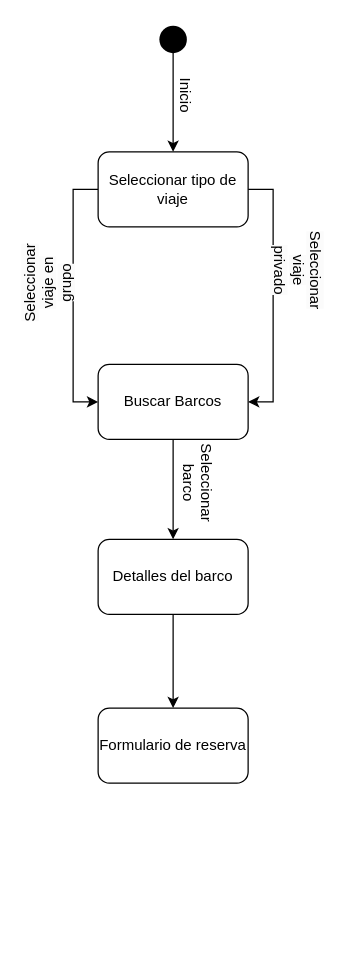
Earlier version of the draw.io diagram Diagramas/Estat_XaJo.drawio (joam6/Sailing_XaJo). Source tidied: cells renumbered, new cells numbered last; positions are measured from the earlier drawing's top-left corner, leaving out a move shared by most shapes. Both pictures are drawn from the tidied source at 125%, with x=0, y=0 at pixel (10, 26).
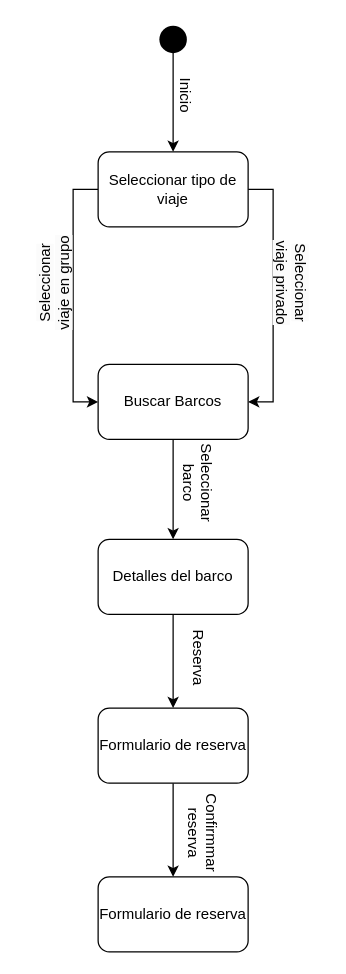
After the change.

Diff of the diagram source:
```diff
@@
 <mxGraphModel>
   <root>
     <mxCell id="0" />
     <mxCell id="1" parent="0" />
     <mxCell id="2" style="edgeStyle=orthogonalEdgeStyle;rounded=0;jettySize=auto;html=1;entryX=0.5;entryY=0;entryDx=0;entryDy=0;" parent="1" edge="1" source="3" target="9">
       <mxGeometry relative="1" as="geometry" />
     </mxCell>
     <mxCell id="3" style="shape=waypoint;sketch=0;fillStyle=solid;size=6;points=[];fillColor=none;perimeter=centerPerimeter;snapToPoint=1;strokeWidth=9;" parent="1" vertex="1">
       <mxGeometry x="120" width="20" height="20" as="geometry" />
     </mxCell>
     <mxCell id="4" value="Detalles del barco" style="rounded=1;whiteSpace=wrap;html=1;" parent="1" vertex="1">
       <mxGeometry x="70" y="410" width="120" height="60" as="geometry" />
     </mxCell>
+    <mxCell id="16" style="edgeStyle=orthogonalEdgeStyle;rounded=0;jettySize=auto;html=1;exitX=0.5;exitY=1;exitDx=0;exitDy=0;entryX=0.5;entryY=0;entryDx=0;entryDy=0;" parent="1" edge="1" source="5" target="18">
+      <mxGeometry relative="1" as="geometry" />
+    </mxCell>
     <mxCell id="5" value="Formulario de reserva" style="rounded=1;whiteSpace=wrap;html=1;" parent="1" vertex="1">
       <mxGeometry x="70" y="545" width="120" height="60" as="geometry" />
     </mxCell>
     <mxCell id="6" style="endArrow=classic;html=1;rounded=0;entryX=0.5;entryY=0;entryDx=0;entryDy=0;exitX=0.5;exitY=1;exitDx=0;exitDy=0;" parent="1" edge="1" source="4" target="5">
       <mxGeometry relative="1" as="geometry" />
     </mxCell>
     <mxCell id="7" style="edgeStyle=orthogonalEdgeStyle;rounded=0;jettySize=auto;html=1;exitX=0;exitY=0.5;exitDx=0;exitDy=0;entryX=0;entryY=0.5;entryDx=0;entryDy=0;" parent="1" edge="1" source="9" target="11">
       <mxGeometry relative="1" as="geometry" />
     </mxCell>
     <mxCell id="8" style="edgeStyle=orthogonalEdgeStyle;rounded=0;jettySize=auto;html=1;exitX=1;exitY=0.5;exitDx=0;exitDy=0;entryX=1;entryY=0.5;entryDx=0;entryDy=0;" parent="1" edge="1" source="9" target="11">
       <mxGeometry relative="1" as="geometry" />
     </mxCell>
     <mxCell id="9" value="Seleccionar tipo de viaje" style="rounded=1;whiteSpace=wrap;html=1;" parent="1" vertex="1">
       <mxGeometry x="70" y="100" width="120" height="60" as="geometry" />
     </mxCell>
     <mxCell id="10" style="edgeStyle=orthogonalEdgeStyle;rounded=0;jettySize=auto;html=1;exitX=0.5;exitY=1;exitDx=0;exitDy=0;entryX=0.5;entryY=0;entryDx=0;entryDy=0;" parent="1" edge="1" source="11" target="4">
       <mxGeometry relative="1" as="geometry" />
     </mxCell>
     <mxCell id="11" value="Buscar Barcos" style="rounded=1;whiteSpace=wrap;html=1;" parent="1" vertex="1">
       <mxGeometry x="70" y="270" width="120" height="60" as="geometry" />
     </mxCell>
     <mxCell id="12" value="&lt;span style=&quot;color: rgb(0, 0, 0); font-family: Helvetica; font-size: 12px; font-style: normal; font-variant-ligatures: normal; font-variant-caps: normal; font-weight: 400; letter-spacing: normal; orphans: 2; text-align: center; text-indent: 0px; text-transform: none; widows: 2; word-spacing: 0px; -webkit-text-stroke-width: 0px; white-space: normal; background-color: rgb(251, 251, 251); text-decoration-thickness: initial; text-decoration-style: initial; text-decoration-color: initial; display: inline !important; float: none;&quot;&gt;Seleccionar viaje en grupo&lt;/span&gt;" style="text;html=1;align=center;verticalAlign=middle;whiteSpace=wrap;rounded=0;rotation=270;" parent="1" vertex="1">
-      <mxGeometry y="190" width="60" height="30" as="geometry" />
+      <mxGeometry x="-10" y="190" width="90" height="30" as="geometry" />
     </mxCell>
     <mxCell id="13" value="&lt;span style=&quot;color: rgb(0, 0, 0); font-family: Helvetica; font-size: 12px; font-style: normal; font-variant-ligatures: normal; font-variant-caps: normal; font-weight: 400; letter-spacing: normal; orphans: 2; text-align: center; text-indent: 0px; text-transform: none; widows: 2; word-spacing: 0px; -webkit-text-stroke-width: 0px; white-space: normal; background-color: rgb(251, 251, 251); text-decoration-thickness: initial; text-decoration-style: initial; text-decoration-color: initial; display: inline !important; float: none;&quot;&gt;Seleccionar viaje privado&lt;/span&gt;" style="text;html=1;align=center;verticalAlign=middle;whiteSpace=wrap;rounded=0;rotation=90;" parent="1" vertex="1">
-      <mxGeometry x="200" y="180" width="60" height="30" as="geometry" />
+      <mxGeometry x="180" y="190" width="90" height="30" as="geometry" />
     </mxCell>
     <mxCell id="14" value="Inicio" style="text;html=1;align=center;verticalAlign=middle;whiteSpace=wrap;rounded=0;rotation=90;" parent="1" vertex="1">
       <mxGeometry x="110" y="40" width="60" height="30" as="geometry" />
     </mxCell>
     <mxCell id="15" value="Seleccionar barco" style="text;html=1;align=center;verticalAlign=middle;whiteSpace=wrap;rounded=0;rotation=90;" parent="1" vertex="1">
       <mxGeometry x="120" y="350" width="60" height="30" as="geometry" />
     </mxCell>
+    <mxCell id="17" value="Reserva" style="text;html=1;align=center;verticalAlign=middle;whiteSpace=wrap;rounded=0;rotation=90;" parent="1" vertex="1">
+      <mxGeometry x="120" y="490" width="60" height="30" as="geometry" />
+    </mxCell>
+    <mxCell id="18" value="Formulario de reserva" style="rounded=1;whiteSpace=wrap;html=1;" parent="1" vertex="1">
+      <mxGeometry x="70" y="680" width="120" height="60" as="geometry" />
+    </mxCell>
+    <mxCell id="19" value="Confirmmar reserva" style="text;html=1;align=center;verticalAlign=middle;whiteSpace=wrap;rounded=0;rotation=90;" parent="1" vertex="1">
+      <mxGeometry x="124" y="630" width="60" height="30" as="geometry" />
+    </mxCell>
   </root>
 </mxGraphModel>
```
